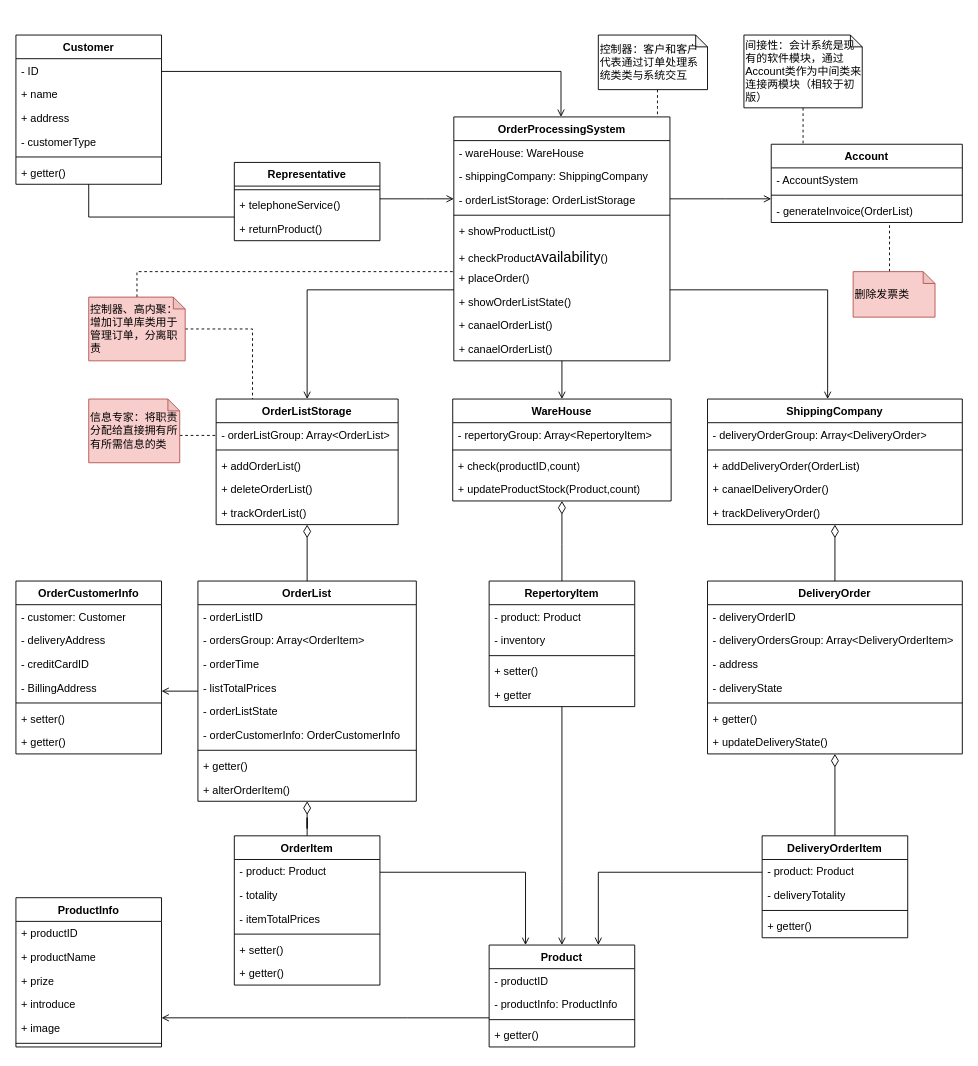
The draw.io diagram orders_Class_improved_again.drawio in yayaer123/drawio_demo, before the edit. Source tidied: cells renumbered, new cells numbered last; positions are measured from the earlier drawing's top-left corner, leaving out a move shared by most shapes. Both pictures are drawn from the tidied source at 91%, with x=0, y=0 at pixel (15, 35).
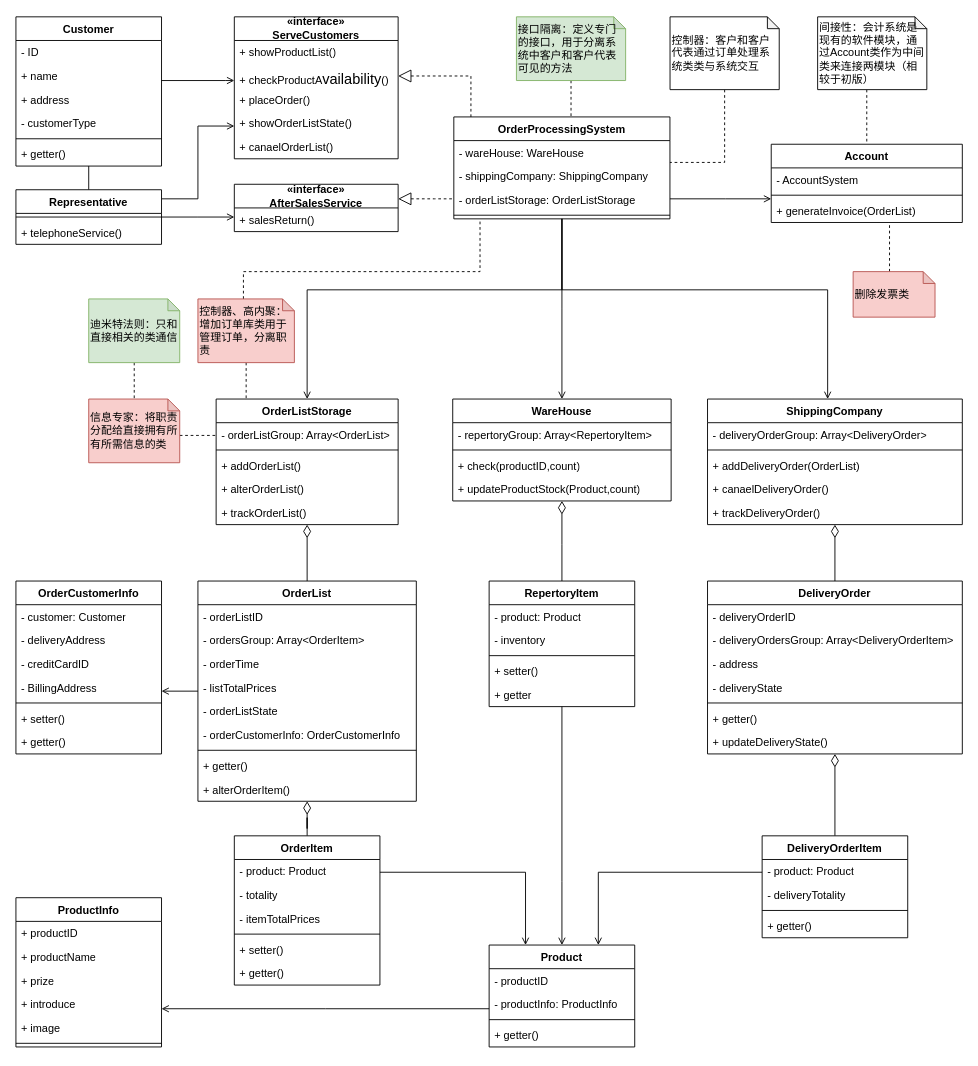
The same page after the edit.

The change refers to these unchanged cells:
```xml
<mxCell id="17" value="Product" style="swimlane;fontStyle=1;align=center;verticalAlign=top;horizontal=1;startSize=26;whiteSpace=wrap;html=1;" parent="1" vertex="1">
  <mxGeometry x="520" y="1000" width="160" height="112" as="geometry" />
</mxCell>
<mxCell id="22" value="&lt;div style=&quot;text-align: left;&quot;&gt;&lt;span style=&quot;background-color: initial;&quot;&gt;ProductInfo&lt;/span&gt;&lt;/div&gt;" style="swimlane;fontStyle=1;align=center;verticalAlign=top;horizontal=1;startSize=26;whiteSpace=wrap;html=1;" parent="1" vertex="1">
  <mxGeometry y="948" width="160" height="164" as="geometry" />
</mxCell>
<mxCell id="107" value="Account" style="swimlane;fontStyle=1;align=center;verticalAlign=top;horizontal=1;startSize=26;whiteSpace=wrap;html=1;" parent="1" vertex="1">
  <mxGeometry x="830" y="120" width="210" height="86" as="geometry" />
</mxCell>
<mxCell id="116" value="OrderListStorage" style="swimlane;fontStyle=1;align=center;verticalAlign=top;horizontal=1;startSize=26;whiteSpace=wrap;html=1;" parent="1" vertex="1">
  <mxGeometry x="220" y="400" width="200" height="138" as="geometry" />
</mxCell>
<mxCell id="128" value="信息专家：将职责分配给直接拥有所有所需信息的类" style="shape=note;whiteSpace=wrap;html=1;backgroundOutline=1;darkOpacity=0.05;size=13;align=left;fillColor=#f8cecc;strokeColor=#b85450;" parent="1" vertex="1">
  <mxGeometry x="80" y="400" width="100" height="70" as="geometry" />
</mxCell>
```

What changed in the source:
```diff
@@
-    <mxCell id="3" style="edgeStyle=orthogonalEdgeStyle;rounded=0;jettySize=auto;html=1;endArrow=open;endFill=0;" parent="1" edge="1" source="4" target="96">
-      <mxGeometry relative="1" as="geometry">
-        <Array as="points">
-          <mxPoint x="599" y="40" />
-        </Array>
-      </mxGeometry>
-    </mxCell>
+    <mxCell id="129" style="edgeStyle=orthogonalEdgeStyle;rounded=0;jettySize=auto;html=1;endArrow=open;endFill=0;" parent="1" edge="1" source="4" target="132">
+      <mxGeometry relative="1" as="geometry">
+        <Array as="points">
+          <mxPoint x="230" y="50" />
+          <mxPoint x="230" y="50" />
+        </Array>
+      </mxGeometry>
+    </mxCell>
     <mxCell id="4" value="Customer" style="swimlane;fontStyle=1;align=center;verticalAlign=top;horizontal=1;startSize=26;whiteSpace=wrap;html=1;" parent="1" vertex="1">
-      <mxGeometry width="160" height="164" as="geometry" />
+      <mxGeometry y="-20" width="160" height="164" as="geometry" />
     </mxCell>
@@
-    <mxCell id="11" style="edgeStyle=orthogonalEdgeStyle;rounded=0;jettySize=auto;html=1;endArrow=open;endFill=0;" parent="1" edge="1" source="12" target="96">
-      <mxGeometry relative="1" as="geometry">
-        <Array as="points">
-          <mxPoint x="450" y="180" />
-          <mxPoint x="450" y="180" />
-        </Array>
-      </mxGeometry>
-    </mxCell>
+    <mxCell id="130" style="edgeStyle=orthogonalEdgeStyle;rounded=0;jettySize=auto;html=1;endArrow=open;endFill=0;" parent="1" edge="1" source="12" target="132">
+      <mxGeometry relative="1" as="geometry">
+        <Array as="points">
+          <mxPoint x="200" y="180" />
+          <mxPoint x="200" y="100" />
+        </Array>
+      </mxGeometry>
+    </mxCell>
+    <mxCell id="131" style="edgeStyle=orthogonalEdgeStyle;rounded=0;jettySize=auto;html=1;endArrow=open;endFill=0;" parent="1" edge="1" source="12" target="135">
+      <mxGeometry relative="1" as="geometry">
+        <Array as="points">
+          <mxPoint x="200" y="200" />
+          <mxPoint x="200" y="200" />
+        </Array>
+      </mxGeometry>
+    </mxCell>
     <mxCell id="12" value="Representative" style="swimlane;fontStyle=1;align=center;verticalAlign=top;horizontal=1;startSize=26;whiteSpace=wrap;html=1;" parent="1" vertex="1">
-      <mxGeometry x="240" y="140" width="160" height="86" as="geometry" />
+      <mxGeometry y="170" width="160" height="60" as="geometry" />
     </mxCell>
@@
-    <mxCell id="15" value="+ returnProduct()" style="text;strokeColor=none;fillColor=none;align=left;verticalAlign=top;spacingLeft=4;spacingRight=4;overflow=hidden;whiteSpace=wrap;html=1;" parent="12" vertex="1">
-      <mxGeometry y="60" width="160" height="26" as="geometry" />
-    </mxCell>
     <mxCell id="16" style="edgeStyle=orthogonalEdgeStyle;rounded=0;jettySize=auto;html=1;endArrow=open;endFill=0;startSize=6;endSize=6;" parent="1" edge="1" source="17" target="22">
       <mxGeometry relative="1" as="geometry">
         <Array as="points">
-          <mxPoint x="430" y="1080" />
-          <mxPoint x="430" y="1080" />
+          <mxPoint x="340" y="1070" />
+          <mxPoint x="340" y="1070" />
         </Array>
       </mxGeometry>
     </mxCell>
@@
     <mxCell id="96" value="OrderProcessingSystem" style="swimlane;fontStyle=1;align=center;verticalAlign=top;horizontal=1;startSize=26;whiteSpace=wrap;html=1;" parent="1" vertex="1">
-      <mxGeometry x="481.2" y="90" width="237.5" height="268" as="geometry" />
+      <mxGeometry x="481.2" y="90" width="237.5" height="112" as="geometry" />
     </mxCell>
@@
-    <mxCell id="101" value="+ showProductList()" style="text;strokeColor=none;fillColor=none;align=left;verticalAlign=top;spacingLeft=4;spacingRight=4;overflow=hidden;whiteSpace=wrap;html=1;" parent="96" vertex="1">
-      <mxGeometry y="112" width="237.5" height="26" as="geometry" />
-    </mxCell>
-    <mxCell id="102" value="+ checkProductA&lt;span style=&quot;background-color: initial; font-family: Calibri; font-size: 12pt;&quot;&gt;vailability&lt;/span&gt;&lt;span style=&quot;background-color: initial;&quot;&gt;()&lt;/span&gt;" style="text;strokeColor=none;fillColor=none;align=left;verticalAlign=top;spacingLeft=4;spacingRight=4;overflow=hidden;points=[[0,0.5],[1,0.5]];portConstraint=eastwest;whiteSpace=wrap;html=1;" parent="96" vertex="1">
-      <mxGeometry y="138" width="237.5" height="26" as="geometry" />
-    </mxCell>
-    <mxCell id="103" value="+ placeOrder()" style="text;strokeColor=none;fillColor=none;align=left;verticalAlign=top;spacingLeft=4;spacingRight=4;overflow=hidden;whiteSpace=wrap;html=1;" parent="96" vertex="1">
-      <mxGeometry y="164" width="237.5" height="26" as="geometry" />
-    </mxCell>
-    <mxCell id="104" value="+ showOrderListState()" style="text;strokeColor=none;fillColor=none;align=left;verticalAlign=top;spacingLeft=4;spacingRight=4;overflow=hidden;whiteSpace=wrap;html=1;" parent="96" vertex="1">
-      <mxGeometry y="190" width="237.5" height="26" as="geometry" />
-    </mxCell>
-    <mxCell id="105" value="+ canaelOrderList()" style="text;strokeColor=none;fillColor=none;align=left;verticalAlign=top;spacingLeft=4;spacingRight=4;overflow=hidden;whiteSpace=wrap;html=1;" parent="96" vertex="1">
-      <mxGeometry y="216" width="237.5" height="26" as="geometry" />
-    </mxCell>
-    <mxCell id="106" value="+ canaelOrderList()" style="text;strokeColor=none;fillColor=none;align=left;verticalAlign=top;spacingLeft=4;spacingRight=4;overflow=hidden;whiteSpace=wrap;html=1;" parent="96" vertex="1">
-      <mxGeometry y="242" width="237.5" height="26" as="geometry" />
-    </mxCell>
@@
-    <mxCell id="110" value="- generateInvoice(OrderList)" style="text;strokeColor=none;fillColor=none;align=left;verticalAlign=top;spacingLeft=4;spacingRight=4;overflow=hidden;whiteSpace=wrap;html=1;" parent="107" vertex="1">
+    <mxCell id="110" value="+ generateInvoice(OrderList)" style="text;strokeColor=none;fillColor=none;align=left;verticalAlign=top;spacingLeft=4;spacingRight=4;overflow=hidden;whiteSpace=wrap;html=1;" parent="107" vertex="1">
       <mxGeometry y="60" width="210" height="26" as="geometry" />
     </mxCell>
     <mxCell id="111" style="edgeStyle=orthogonalEdgeStyle;rounded=0;jettySize=auto;html=1;dashed=1;endArrow=none;endFill=0;" parent="1" edge="1" source="112" target="107">
       <mxGeometry relative="1" as="geometry">
         <Array as="points">
-          <mxPoint x="865" y="80" />
-          <mxPoint x="865" y="80" />
+          <mxPoint x="935" y="90" />
+          <mxPoint x="935" y="90" />
         </Array>
       </mxGeometry>
     </mxCell>
     <mxCell id="112" value="间接性：会计系统是现有的软件模块，通过Account类作为中间类来连接两模块（相较于初版）" style="shape=note;whiteSpace=wrap;html=1;backgroundOutline=1;darkOpacity=0.05;size=13;align=left;" parent="1" vertex="1">
-      <mxGeometry x="800" width="130" height="80" as="geometry" />
+      <mxGeometry x="881" y="-20" width="120" height="80" as="geometry" />
     </mxCell>
     <mxCell id="113" style="edgeStyle=orthogonalEdgeStyle;rounded=0;jettySize=auto;html=1;endArrow=none;endFill=0;dashed=1;" parent="1" edge="1" source="114" target="96">
       <mxGeometry relative="1" as="geometry">
         <Array as="points">
-          <mxPoint x="705" y="80" />
-          <mxPoint x="705" y="80" />
+          <mxPoint x="779" y="140" />
         </Array>
       </mxGeometry>
     </mxCell>
     <mxCell id="114" value="控制器：客户和客户代表通过订单处理系统类类与系统交互" style="shape=note;whiteSpace=wrap;html=1;backgroundOutline=1;darkOpacity=0.05;size=13;align=left;" parent="1" vertex="1">
-      <mxGeometry x="640" width="120" height="60" as="geometry" />
+      <mxGeometry x="718.8" y="-20" width="120" height="80" as="geometry" />
     </mxCell>
@@
-    <mxCell id="120" value="+ deleteOrderList()" style="text;strokeColor=none;fillColor=none;align=left;verticalAlign=top;spacingLeft=4;spacingRight=4;overflow=hidden;whiteSpace=wrap;html=1;" parent="116" vertex="1">
+    <mxCell id="120" value="+ alterOrderList()" style="text;strokeColor=none;fillColor=none;align=left;verticalAlign=top;spacingLeft=4;spacingRight=4;overflow=hidden;whiteSpace=wrap;html=1;" parent="116" vertex="1">
       <mxGeometry y="86" width="200" height="26" as="geometry" />
     </mxCell>
@@
     <mxCell id="123" style="edgeStyle=orthogonalEdgeStyle;rounded=0;jettySize=auto;html=1;startArrow=none;startFill=0;endArrow=none;endFill=0;dashed=1;" parent="1" edge="1" source="124" target="96">
       <mxGeometry relative="1" as="geometry">
         <Array as="points">
-          <mxPoint x="410" y="260" />
-          <mxPoint x="410" y="260" />
+          <mxPoint x="250" y="260" />
+          <mxPoint x="510" y="260" />
         </Array>
       </mxGeometry>
     </mxCell>
     <mxCell id="124" value="控制器、高内聚：增加订单库类用于管理订单，分离职责" style="shape=note;whiteSpace=wrap;html=1;backgroundOutline=1;darkOpacity=0.05;size=13;align=left;fillColor=#f8cecc;strokeColor=#b85450;" parent="1" vertex="1">
-      <mxGeometry x="80" y="288" width="106" height="70" as="geometry" />
+      <mxGeometry x="200" y="290" width="106" height="70" as="geometry" />
     </mxCell>
@@
+    <mxCell id="132" value="«interface»&lt;br&gt;ServeCustomers" style="swimlane;fontStyle=1;horizontal=1;startSize=26;fillColor=none;whiteSpace=wrap;html=1;" parent="1" vertex="1">
+      <mxGeometry x="240" y="-20" width="180" height="156" as="geometry" />
+    </mxCell>
+    <mxCell id="101" value="+ showProductList()" style="text;strokeColor=none;fillColor=none;align=left;verticalAlign=top;spacingLeft=4;spacingRight=4;overflow=hidden;whiteSpace=wrap;html=1;" parent="132" vertex="1">
+      <mxGeometry y="26" width="180" height="26" as="geometry" />
+    </mxCell>
+    <mxCell id="102" value="+ checkProductA&lt;span style=&quot;background-color: initial; font-family: Calibri; font-size: 12pt;&quot;&gt;vailability&lt;/span&gt;&lt;span style=&quot;background-color: initial;&quot;&gt;()&lt;/span&gt;" style="text;strokeColor=none;fillColor=none;align=left;verticalAlign=top;spacingLeft=4;spacingRight=4;overflow=hidden;points=[[0,0.5],[1,0.5]];portConstraint=eastwest;whiteSpace=wrap;html=1;" parent="132" vertex="1">
+      <mxGeometry y="52" width="180" height="26" as="geometry" />
+    </mxCell>
+    <mxCell id="103" value="+ placeOrder()" style="text;strokeColor=none;fillColor=none;align=left;verticalAlign=top;spacingLeft=4;spacingRight=4;overflow=hidden;whiteSpace=wrap;html=1;" parent="132" vertex="1">
+      <mxGeometry y="78" width="180" height="26" as="geometry" />
+    </mxCell>
+    <mxCell id="104" value="+ showOrderListState()" style="text;strokeColor=none;fillColor=none;align=left;verticalAlign=top;spacingLeft=4;spacingRight=4;overflow=hidden;whiteSpace=wrap;html=1;" parent="132" vertex="1">
+      <mxGeometry y="104" width="180" height="26" as="geometry" />
+    </mxCell>
+    <mxCell id="133" value="+ canaelOrderList()" style="text;strokeColor=none;fillColor=none;align=left;verticalAlign=top;spacingLeft=4;spacingRight=4;overflow=hidden;whiteSpace=wrap;html=1;" parent="132" vertex="1">
+      <mxGeometry y="130" width="180" height="26" as="geometry" />
+    </mxCell>
+    <mxCell id="134" style="edgeStyle=orthogonalEdgeStyle;rounded=0;jettySize=auto;html=1;endArrow=none;endFill=0;startArrow=block;startFill=0;dashed=1;startSize=12;" parent="1" edge="1" source="135" target="96">
+      <mxGeometry relative="1" as="geometry">
+        <Array as="points">
+          <mxPoint x="460" y="180" />
+          <mxPoint x="460" y="180" />
+        </Array>
+      </mxGeometry>
+    </mxCell>
+    <mxCell id="135" value="&lt;span style=&quot;font-weight: 700;&quot;&gt;«interface»&lt;/span&gt;&lt;br style=&quot;font-weight: 700;&quot;&gt;&lt;b&gt;AfterSalesService&lt;/b&gt;" style="swimlane;fontStyle=0;horizontal=1;startSize=26;fillColor=none;whiteSpace=wrap;html=1;" parent="1" vertex="1">
+      <mxGeometry x="240" y="164" width="180" height="52" as="geometry" />
+    </mxCell>
+    <mxCell id="136" value="+ salesReturn()" style="text;strokeColor=none;fillColor=none;align=left;verticalAlign=top;spacingLeft=4;spacingRight=4;overflow=hidden;whiteSpace=wrap;html=1;" parent="135" vertex="1">
+      <mxGeometry y="26" width="180" height="26" as="geometry" />
+    </mxCell>
+    <mxCell id="137" style="edgeStyle=orthogonalEdgeStyle;rounded=0;jettySize=auto;html=1;endArrow=none;endFill=0;startArrow=block;startFill=0;dashed=1;endSize=6;startSize=12;" parent="1" edge="1" source="102" target="96">
+      <mxGeometry relative="1" as="geometry">
+        <Array as="points">
+          <mxPoint x="500" y="45" />
+        </Array>
+      </mxGeometry>
+    </mxCell>
+    <mxCell id="138" style="edgeStyle=orthogonalEdgeStyle;rounded=0;jettySize=auto;html=1;endArrow=none;endFill=0;dashed=1;" parent="1" edge="1" source="139" target="96">
+      <mxGeometry relative="1" as="geometry">
+        <Array as="points">
+          <mxPoint x="560" y="30" />
+          <mxPoint x="560" y="30" />
+        </Array>
+      </mxGeometry>
+    </mxCell>
+    <mxCell id="139" value="接口隔离：定义专门的接口，用于分离系统中客户和客户代表可见的方法" style="shape=note;whiteSpace=wrap;html=1;backgroundOutline=1;darkOpacity=0.05;size=13;align=left;fillColor=#d5e8d4;strokeColor=#82b366;" parent="1" vertex="1">
+      <mxGeometry x="550" y="-20" width="120" height="70" as="geometry" />
+    </mxCell>
+    <mxCell id="140" style="edgeStyle=orthogonalEdgeStyle;rounded=0;jettySize=auto;html=1;endArrow=none;endFill=0;dashed=1;" parent="1" edge="1" source="141" target="128">
+      <mxGeometry relative="1" as="geometry" />
+    </mxCell>
+    <mxCell id="141" value="迪米特法则：只和直接相关的类通信" style="shape=note;whiteSpace=wrap;html=1;backgroundOutline=1;darkOpacity=0.05;size=13;align=left;fillColor=#d5e8d4;strokeColor=#82b366;" parent="1" vertex="1">
+      <mxGeometry x="80" y="290" width="100" height="70" as="geometry" />
+    </mxCell>
```
